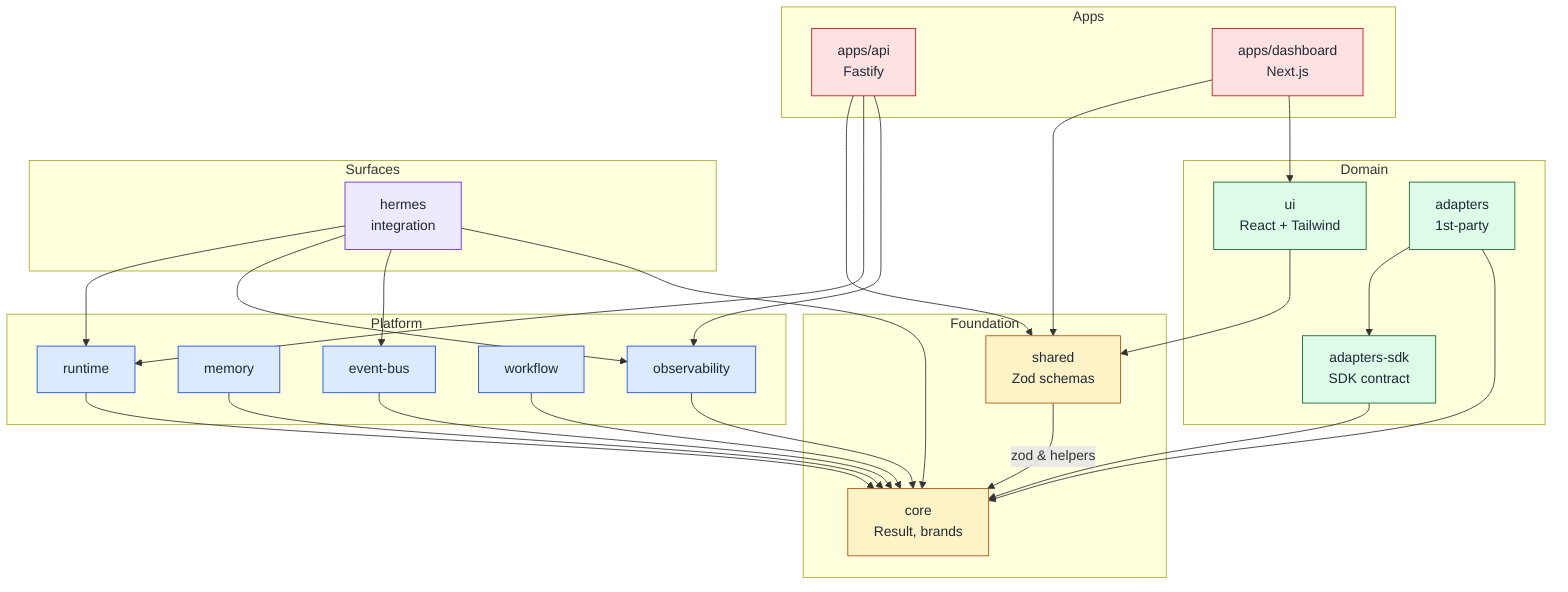
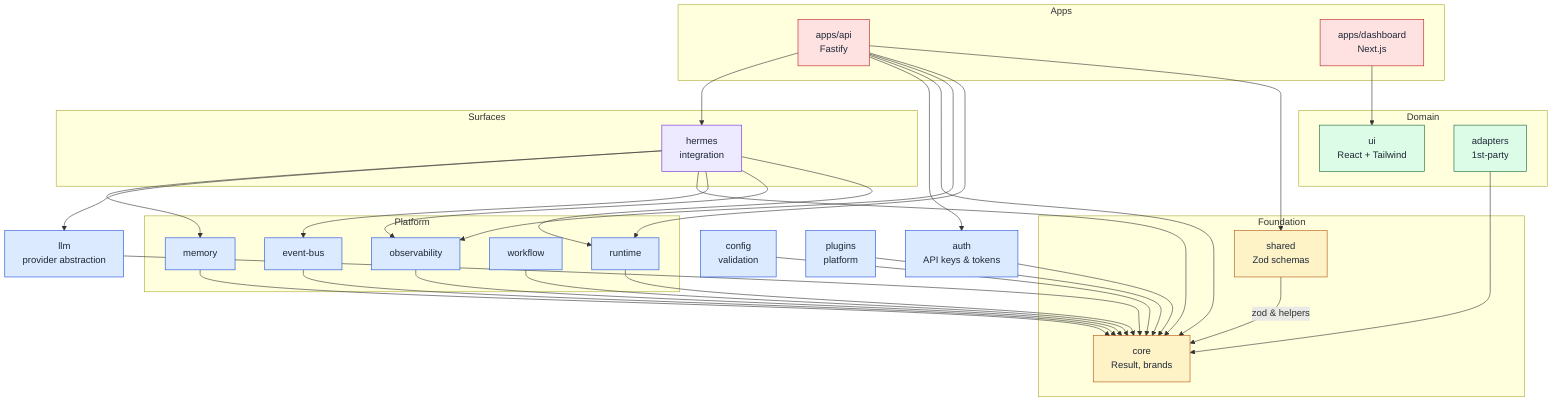
flowchart TB
    subgraph Foundation
        Core[core<br/>Result, brands]
        Shared[shared<br/>Zod schemas]
    end

    subgraph Platform
        EventBus[event-bus]
        Memory[memory]
        Runtime[runtime]
        Workflow[workflow]
        Observability[observability]
    end

    subgraph Domain
        Ui[ui<br/>React + Tailwind]
-         AdaptersSDK[adapters-sdk<br/>SDK contract]
        Adapters[adapters<br/>1st-party]
    end

    subgraph Surfaces
        Hermes[hermes<br/>integration]
    end

    subgraph Apps
        Api[apps/api<br/>Fastify]
        Dashboard[apps/dashboard<br/>Next.js]
    end

    %% Foundation
    Shared -->|zod & helpers| Core

    %% Platform
    EventBus --> Core
    Memory --> Core
    Runtime --> Core
    Workflow --> Core
    Observability --> Core

    %% Domain
-     Adapters --> AdaptersSDK
    Adapters --> Core
-     AdaptersSDK --> Core
+ 
+     %% Platform additions
+     LLM[llm<br/>provider abstraction] --> Core
+     Auth[auth<br/>API keys & tokens] --> Core
+     Config[config<br/>validation] --> Core
+     Plugins[plugins<br/>platform] --> Core

    %% Surfaces
    Hermes --> Runtime
    Hermes --> Observability
    Hermes --> EventBus
    Hermes --> Core
+     Hermes --> LLM
+     Hermes --> Memory

    %% Apps
    Api --> Shared
    Api --> Runtime
    Api --> Observability
-     Dashboard --> Shared
+     Api --> Core
+     Api --> Auth
+     Api --> Hermes
    Dashboard --> Ui
- 
-     %% Domains that consume Foundation
-     Ui --> Shared

    %% Class definitions
    classDef foundation fill:#fef3c7,stroke:#b45309,color:#1f2937
    classDef platform fill:#dbeafe,stroke:#1d4ed8,color:#1f2937
    classDef domain fill:#dcfce7,stroke:#166534,color:#1f2937
    classDef surface fill:#ede9fe,stroke:#6d28d9,color:#1f2937
    classDef app fill:#fee2e2,stroke:#b91c1c,color:#1f2937

    class Core,Shared foundation
-     class EventBus,Memory,Runtime,Workflow,Observability platform
-     class Ui,AdaptersSDK,Adapters domain
+     class EventBus,Memory,Runtime,Workflow,Observability,LLM,Auth,Config,Plugins platform
+     class Ui,Adapters domain
    class Hermes surface
    class Api,Dashboard app
